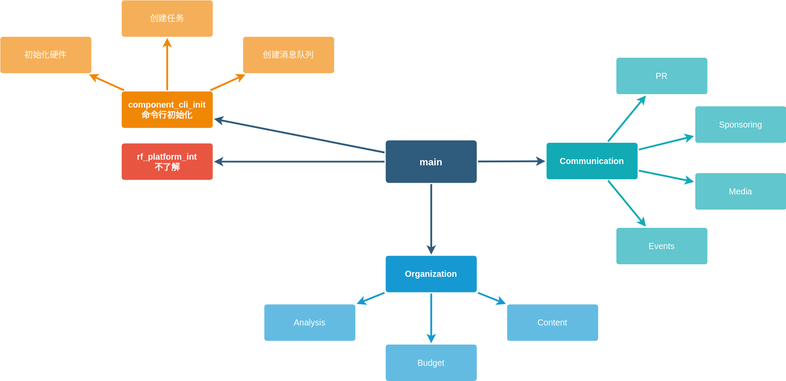
Before: 未命名绘图.drawio.svg, a diagram exported from draw.io (sharkisyou/sharkisyou). Source tidied: cells renumbered, new cells last; positions are measured from the earlier drawing's top-left corner, leaving out a move shared by most shapes.
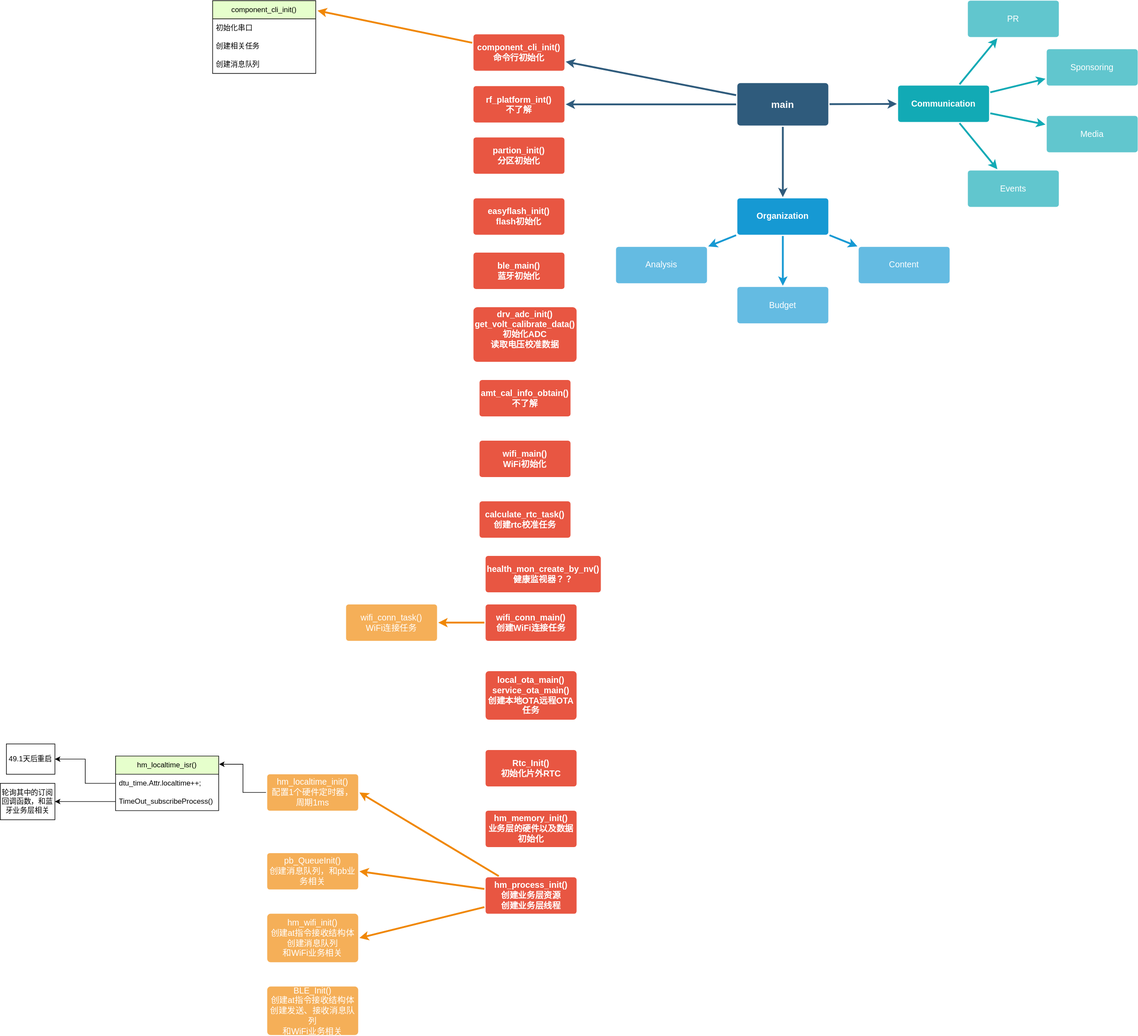
The same diagram one commit later.

Commit message:
更新未命名绘图.drawio.svg

What changed in the source:
```diff
@@ -17,7 +17,7 @@
     <mxCell id="6" value="main" style="rounded=1;whiteSpace=wrap;html=1;shadow=0;labelBackgroundColor=none;strokeColor=none;strokeWidth=3;fillColor=#2F5B7C;fontFamily=Helvetica;fontSize=16;fontColor=#FFFFFF;align=center;fontStyle=1;spacing=5;arcSize=7;perimeterSpacing=2;" parent="1" vertex="1">
       <mxGeometry x="635" y="230.5" width="150" height="70" as="geometry" />
     </mxCell>
-    <mxCell id="7" value="rf_platform_int&lt;div&gt;不了解&lt;/div&gt;" style="rounded=1;whiteSpace=wrap;html=1;shadow=0;labelBackgroundColor=none;strokeColor=none;strokeWidth=3;fillColor=#e85642;fontFamily=Helvetica;fontSize=14;fontColor=#FFFFFF;align=center;spacing=5;fontStyle=1;arcSize=7;perimeterSpacing=2;" parent="1" vertex="1">
+    <mxCell id="7" value="rf_platform_int()&lt;div&gt;不了解&lt;/div&gt;" style="rounded=1;whiteSpace=wrap;html=1;shadow=0;labelBackgroundColor=none;strokeColor=none;strokeWidth=3;fillColor=#E85642;fontFamily=Helvetica;fontSize=14;fontColor=#FFFFFF;align=center;spacing=5;fontStyle=1;arcSize=7;perimeterSpacing=2;" parent="1" vertex="1">
       <mxGeometry x="200" y="235.5" width="150" height="60" as="geometry" />
     </mxCell>
     <mxCell id="8" style="edgeStyle=none;rounded=0;jumpStyle=none;html=1;shadow=0;labelBackgroundColor=none;startArrow=none;startFill=0;endArrow=classic;endFill=1;jettySize=auto;strokeColor=#1699D3;strokeWidth=3;fontFamily=Helvetica;fontSize=14;fontColor=#FFFFFF;spacing=5;" parent="1" edge="1" source="11" target="14">
@@ -41,25 +41,10 @@
     <mxCell id="14" value="Analysis" style="rounded=1;whiteSpace=wrap;html=1;shadow=0;labelBackgroundColor=none;strokeColor=none;strokeWidth=3;fillColor=#64bbe2;fontFamily=Helvetica;fontSize=14;fontColor=#FFFFFF;align=center;spacing=5;arcSize=7;perimeterSpacing=2;" parent="1" vertex="1">
       <mxGeometry x="435" y="500.5" width="150" height="60" as="geometry" />
     </mxCell>
-    <mxCell id="15" value="component_cli_init&lt;div&gt;命令行初始化&lt;/div&gt;" style="rounded=1;whiteSpace=wrap;html=1;shadow=0;labelBackgroundColor=none;strokeColor=none;strokeWidth=3;fillColor=#F08705;fontFamily=Helvetica;fontSize=14;fontColor=#FFFFFF;align=center;spacing=5;fontStyle=1;arcSize=7;perimeterSpacing=2;" parent="1" vertex="1">
+    <mxCell id="15" value="component_cli_init()&lt;div&gt;命令行初始化&lt;/div&gt;" style="rounded=1;whiteSpace=wrap;html=1;shadow=0;labelBackgroundColor=none;strokeColor=none;strokeWidth=3;fillColor=#E85642;fontFamily=Helvetica;fontSize=14;fontColor=#FFFFFF;align=center;spacing=5;fontStyle=1;arcSize=7;perimeterSpacing=2;" parent="1" vertex="1">
       <mxGeometry x="200" y="150" width="150" height="60" as="geometry" />
     </mxCell>
-    <mxCell id="16" value="创建消息队列" style="rounded=1;whiteSpace=wrap;html=1;shadow=0;labelBackgroundColor=none;strokeColor=none;strokeWidth=3;fillColor=#f5af58;fontFamily=Helvetica;fontSize=14;fontColor=#FFFFFF;align=center;spacing=5;arcSize=7;perimeterSpacing=2;" parent="1" vertex="1">
-      <mxGeometry x="400" y="60" width="150" height="60" as="geometry" />
-    </mxCell>
-    <mxCell id="17" style="edgeStyle=none;rounded=0;jumpStyle=none;html=1;shadow=0;labelBackgroundColor=none;startArrow=none;startFill=0;endArrow=classic;endFill=1;jettySize=auto;strokeColor=#F08705;strokeWidth=3;fontFamily=Helvetica;fontSize=14;fontColor=#FFFFFF;spacing=5;" parent="1" edge="1" source="15" target="16">
-      <mxGeometry relative="1" as="geometry" />
-    </mxCell>
-    <mxCell id="18" value="创建任务" style="rounded=1;whiteSpace=wrap;html=1;shadow=0;labelBackgroundColor=none;strokeColor=none;strokeWidth=3;fillColor=#f5af58;fontFamily=Helvetica;fontSize=14;fontColor=#FFFFFF;align=center;spacing=5;arcSize=7;perimeterSpacing=2;" parent="1" vertex="1">
-      <mxGeometry x="200" width="150" height="60" as="geometry" />
-    </mxCell>
-    <mxCell id="19" style="edgeStyle=none;rounded=0;jumpStyle=none;html=1;shadow=0;labelBackgroundColor=none;startArrow=none;startFill=0;endArrow=classic;endFill=1;jettySize=auto;strokeColor=#F08705;strokeWidth=3;fontFamily=Helvetica;fontSize=14;fontColor=#FFFFFF;spacing=5;" parent="1" edge="1" source="15" target="18">
-      <mxGeometry relative="1" as="geometry" />
-    </mxCell>
-    <mxCell id="20" value="初始化硬件" style="rounded=1;whiteSpace=wrap;html=1;shadow=0;labelBackgroundColor=none;strokeColor=none;strokeWidth=3;fillColor=#f5af58;fontFamily=Helvetica;fontSize=14;fontColor=#FFFFFF;align=center;spacing=5;arcSize=7;perimeterSpacing=2;" parent="1" vertex="1">
-      <mxGeometry y="60" width="150" height="60" as="geometry" />
-    </mxCell>
-    <mxCell id="21" style="edgeStyle=none;rounded=0;jumpStyle=none;html=1;shadow=0;labelBackgroundColor=none;startArrow=none;startFill=0;endArrow=classic;endFill=1;jettySize=auto;strokeColor=#F08705;strokeWidth=3;fontFamily=Helvetica;fontSize=14;fontColor=#FFFFFF;spacing=5;" parent="1" edge="1" source="15" target="20">
+    <mxCell id="21" style="edgeStyle=none;rounded=0;jumpStyle=none;html=1;shadow=0;labelBackgroundColor=none;startArrow=none;startFill=0;endArrow=classic;endFill=1;jettySize=auto;strokeColor=#F08705;strokeWidth=3;fontFamily=Helvetica;fontSize=14;fontColor=#FFFFFF;spacing=5;entryX=1.017;entryY=0.137;entryDx=0;entryDy=0;entryPerimeter=0;" parent="1" edge="1" source="15" target="58">
       <mxGeometry relative="1" as="geometry" />
     </mxCell>
     <mxCell id="22" value="Communication" style="rounded=1;whiteSpace=wrap;html=1;shadow=0;labelBackgroundColor=none;strokeColor=none;strokeWidth=3;fillColor=#12aab5;fontFamily=Helvetica;fontSize=14;fontColor=#FFFFFF;align=center;spacing=5;fontStyle=1;arcSize=7;perimeterSpacing=2;" parent="1" vertex="1">
@@ -89,5 +74,107 @@
     <mxCell id="30" style="edgeStyle=none;rounded=1;jumpStyle=none;html=1;shadow=0;labelBackgroundColor=none;startArrow=none;startFill=0;jettySize=auto;strokeColor=#12AAB5;strokeWidth=3;fontFamily=Helvetica;fontSize=14;fontColor=#FFFFFF;spacing=5;fontStyle=1;fillColor=#b0e3e6;" parent="1" edge="1" source="22" target="29">
       <mxGeometry relative="1" as="geometry" />
     </mxCell>
+    <mxCell id="31" value="partion_init()&lt;div&gt;分区初始化&lt;/div&gt;" style="rounded=1;whiteSpace=wrap;html=1;shadow=0;labelBackgroundColor=none;strokeColor=none;strokeWidth=3;fillColor=#E85642;fontFamily=Helvetica;fontSize=14;fontColor=#FFFFFF;align=center;spacing=5;fontStyle=1;arcSize=7;perimeterSpacing=2;" parent="1" vertex="1">
+      <mxGeometry x="200" y="320" width="150" height="60" as="geometry" />
+    </mxCell>
+    <mxCell id="32" value="easyflash_init()&lt;div&gt;flash初始化&lt;/div&gt;" style="rounded=1;whiteSpace=wrap;html=1;shadow=0;labelBackgroundColor=none;strokeColor=none;strokeWidth=3;fillColor=#E85642;fontFamily=Helvetica;fontSize=14;fontColor=#FFFFFF;align=center;spacing=5;fontStyle=1;arcSize=7;perimeterSpacing=2;" parent="1" vertex="1">
+      <mxGeometry x="200" y="420.5" width="150" height="60" as="geometry" />
+    </mxCell>
+    <mxCell id="33" value="ble_main()&lt;div&gt;蓝牙初始化&lt;/div&gt;" style="rounded=1;whiteSpace=wrap;html=1;shadow=0;labelBackgroundColor=none;strokeColor=none;strokeWidth=3;fillColor=#e85642;fontFamily=Helvetica;fontSize=14;fontColor=#FFFFFF;align=center;spacing=5;fontStyle=1;arcSize=7;perimeterSpacing=2;" parent="1" vertex="1">
+      <mxGeometry x="200" y="510" width="150" height="60" as="geometry" />
+    </mxCell>
+    <mxCell id="34" value="drv_adc_init()&lt;div&gt;get_volt_calibrate_data()&lt;br&gt;&lt;/div&gt;&lt;div&gt;初始化ADC&lt;/div&gt;&lt;div&gt;读取电压校准数据&lt;br&gt;&lt;/div&gt;&lt;div&gt;&lt;br&gt;&lt;/div&gt;" style="rounded=1;whiteSpace=wrap;html=1;shadow=0;labelBackgroundColor=none;strokeColor=none;strokeWidth=3;fillColor=#e85642;fontFamily=Helvetica;fontSize=14;fontColor=#FFFFFF;align=center;spacing=5;fontStyle=1;arcSize=7;perimeterSpacing=2;" parent="1" vertex="1">
+      <mxGeometry x="200" y="600" width="170" height="90" as="geometry" />
+    </mxCell>
+    <mxCell id="35" value="amt_cal_info_obtain()&lt;div&gt;不了解&lt;/div&gt;" style="rounded=1;whiteSpace=wrap;html=1;shadow=0;labelBackgroundColor=none;strokeColor=none;strokeWidth=3;fillColor=#e85642;fontFamily=Helvetica;fontSize=14;fontColor=#FFFFFF;align=center;spacing=5;fontStyle=1;arcSize=7;perimeterSpacing=2;" parent="1" vertex="1">
+      <mxGeometry x="210" y="720" width="150" height="60" as="geometry" />
+    </mxCell>
+    <mxCell id="36" value="wifi_main()&lt;div&gt;WiFi初始化&lt;/div&gt;" style="rounded=1;whiteSpace=wrap;html=1;shadow=0;labelBackgroundColor=none;strokeColor=none;strokeWidth=3;fillColor=#e85642;fontFamily=Helvetica;fontSize=14;fontColor=#FFFFFF;align=center;spacing=5;fontStyle=1;arcSize=7;perimeterSpacing=2;" parent="1" vertex="1">
+      <mxGeometry x="210" y="820" width="150" height="60" as="geometry" />
+    </mxCell>
+    <mxCell id="37" value="calculate_rtc_task()&lt;div&gt;创建rtc校准任务&lt;/div&gt;" style="rounded=1;whiteSpace=wrap;html=1;shadow=0;labelBackgroundColor=none;strokeColor=none;strokeWidth=3;fillColor=#e85642;fontFamily=Helvetica;fontSize=14;fontColor=#FFFFFF;align=center;spacing=5;fontStyle=1;arcSize=7;perimeterSpacing=2;" parent="1" vertex="1">
+      <mxGeometry x="210" y="920" width="150" height="60" as="geometry" />
+    </mxCell>
+    <mxCell id="38" value="health_mon_create_by_nv()&lt;div&gt;健康监视器？？&lt;/div&gt;" style="rounded=1;whiteSpace=wrap;html=1;shadow=0;labelBackgroundColor=none;strokeColor=none;strokeWidth=3;fillColor=#e85642;fontFamily=Helvetica;fontSize=14;fontColor=#FFFFFF;align=center;spacing=5;fontStyle=1;arcSize=7;perimeterSpacing=2;" parent="1" vertex="1">
+      <mxGeometry x="220" y="1010" width="190" height="60" as="geometry" />
+    </mxCell>
+    <mxCell id="39" style="edgeStyle=none;shape=connector;rounded=0;jumpStyle=none;jettySize=auto;html=1;entryX=1;entryY=0.5;entryDx=0;entryDy=0;shadow=0;strokeColor=#F08705;strokeWidth=3;align=center;verticalAlign=middle;spacing=5;fontFamily=Helvetica;fontSize=14;fontColor=#FFFFFF;labelBackgroundColor=none;startArrow=none;startFill=0;endArrow=classic;endFill=1;" parent="1" edge="1" source="40" target="41">
+      <mxGeometry relative="1" as="geometry" />
+    </mxCell>
+    <mxCell id="40" value="wifi_conn_main()&lt;div&gt;创建WiFi连接任务&lt;/div&gt;" style="rounded=1;whiteSpace=wrap;html=1;shadow=0;labelBackgroundColor=none;strokeColor=none;strokeWidth=3;fillColor=#e85642;fontFamily=Helvetica;fontSize=14;fontColor=#FFFFFF;align=center;spacing=5;fontStyle=1;arcSize=7;perimeterSpacing=2;" parent="1" vertex="1">
+      <mxGeometry x="220" y="1090" width="150" height="60" as="geometry" />
+    </mxCell>
+    <mxCell id="41" value="wifi_conn_task()&lt;div&gt;WiFi连接任务&lt;/div&gt;" style="rounded=1;whiteSpace=wrap;html=1;shadow=0;labelBackgroundColor=none;strokeColor=none;strokeWidth=3;fillColor=#f5af58;fontFamily=Helvetica;fontSize=14;fontColor=#FFFFFF;align=center;spacing=5;arcSize=7;perimeterSpacing=2;" parent="1" vertex="1">
+      <mxGeometry x="-10" y="1090" width="150" height="60" as="geometry" />
+    </mxCell>
+    <mxCell id="42" value="local_ota_main()&lt;div&gt;service_ota_main()&lt;br&gt;&lt;/div&gt;&lt;div&gt;创建本地OTA远程OTA任务&lt;/div&gt;" style="rounded=1;whiteSpace=wrap;html=1;shadow=0;labelBackgroundColor=none;strokeColor=none;strokeWidth=3;fillColor=#e85642;fontFamily=Helvetica;fontSize=14;fontColor=#FFFFFF;align=center;spacing=5;fontStyle=1;arcSize=7;perimeterSpacing=2;" parent="1" vertex="1">
+      <mxGeometry x="220" y="1200" width="150" height="80" as="geometry" />
+    </mxCell>
+    <mxCell id="43" value="Rtc_Init()&lt;div&gt;初始化片外RTC&lt;/div&gt;" style="rounded=1;whiteSpace=wrap;html=1;shadow=0;labelBackgroundColor=none;strokeColor=none;strokeWidth=3;fillColor=#e85642;fontFamily=Helvetica;fontSize=14;fontColor=#FFFFFF;align=center;spacing=5;fontStyle=1;arcSize=7;perimeterSpacing=2;" parent="1" vertex="1">
+      <mxGeometry x="220" y="1330" width="150" height="60" as="geometry" />
+    </mxCell>
+    <mxCell id="44" value="hm_memory_init()&lt;div&gt;业务层的硬件以及数据初始化&lt;/div&gt;" style="rounded=1;whiteSpace=wrap;html=1;shadow=0;labelBackgroundColor=none;strokeColor=none;strokeWidth=3;fillColor=#e85642;fontFamily=Helvetica;fontSize=14;fontColor=#FFFFFF;align=center;spacing=5;fontStyle=1;arcSize=7;perimeterSpacing=2;" parent="1" vertex="1">
+      <mxGeometry x="220" y="1430" width="150" height="60" as="geometry" />
+    </mxCell>
+    <mxCell id="45" style="edgeStyle=none;shape=connector;rounded=0;jumpStyle=none;jettySize=auto;html=1;entryX=1;entryY=0.5;entryDx=0;entryDy=0;shadow=0;strokeColor=#F08705;strokeWidth=3;align=center;verticalAlign=middle;spacing=5;fontFamily=Helvetica;fontSize=14;fontColor=#FFFFFF;labelBackgroundColor=none;startArrow=none;startFill=0;endArrow=classic;endFill=1;" parent="1" edge="1" source="48" target="50">
+      <mxGeometry relative="1" as="geometry" />
+    </mxCell>
+    <mxCell id="46" style="edgeStyle=none;shape=connector;rounded=0;jumpStyle=none;jettySize=auto;html=1;entryX=1;entryY=0.5;entryDx=0;entryDy=0;shadow=0;strokeColor=#F08705;strokeWidth=3;align=center;verticalAlign=middle;spacing=5;fontFamily=Helvetica;fontSize=14;fontColor=#FFFFFF;labelBackgroundColor=none;startArrow=none;startFill=0;endArrow=classic;endFill=1;" parent="1" edge="1" source="48" target="61">
+      <mxGeometry relative="1" as="geometry" />
+    </mxCell>
+    <mxCell id="47" style="edgeStyle=none;shape=connector;rounded=0;jumpStyle=none;jettySize=auto;html=1;entryX=1;entryY=0.5;entryDx=0;entryDy=0;shadow=0;strokeColor=#F08705;strokeWidth=3;align=center;verticalAlign=middle;spacing=5;fontFamily=Helvetica;fontSize=14;fontColor=#FFFFFF;labelBackgroundColor=none;startArrow=none;startFill=0;endArrow=classic;endFill=1;" parent="1" edge="1" source="48" target="62">
+      <mxGeometry relative="1" as="geometry" />
+    </mxCell>
+    <mxCell id="48" value="hm_process_init()&lt;div&gt;创建业务层资源&lt;br&gt;&lt;div&gt;创建业务层线程&lt;/div&gt;&lt;/div&gt;" style="rounded=1;whiteSpace=wrap;html=1;shadow=0;labelBackgroundColor=none;strokeColor=none;strokeWidth=3;fillColor=#e85642;fontFamily=Helvetica;fontSize=14;fontColor=#FFFFFF;align=center;spacing=5;fontStyle=1;arcSize=7;perimeterSpacing=2;" parent="1" vertex="1">
+      <mxGeometry x="220" y="1540" width="150" height="60" as="geometry" />
+    </mxCell>
+    <mxCell id="49" style="edgeStyle=orthogonalEdgeStyle;rounded=0;jettySize=auto;html=1;entryX=1.004;entryY=0.15;entryDx=0;entryDy=0;entryPerimeter=0;" parent="1" edge="1" source="50" target="51">
+      <mxGeometry relative="1" as="geometry" />
+    </mxCell>
+    <mxCell id="50" value="hm_localtime_init()&lt;div&gt;配置1个硬件定时器，周期1ms&lt;/div&gt;" style="rounded=1;whiteSpace=wrap;html=1;shadow=0;labelBackgroundColor=none;strokeColor=none;strokeWidth=3;fillColor=#f5af58;fontFamily=Helvetica;fontSize=14;fontColor=#FFFFFF;align=center;spacing=5;arcSize=7;perimeterSpacing=2;" parent="1" vertex="1">
+      <mxGeometry x="-140" y="1370" width="150" height="60" as="geometry" />
+    </mxCell>
+    <mxCell id="51" value="hm_localtime_isr()" style="swimlane;fontStyle=0;horizontal=1;startSize=30;whiteSpace=wrap;html=1;fillColor=#E6FFCC;" parent="1" vertex="1">
+      <mxGeometry x="-390" y="1340" width="170" height="90" as="geometry" />
+    </mxCell>
+    <mxCell id="52" value="dtu_time.Attr.localtime++;" style="text;strokeColor=none;fillColor=none;align=left;verticalAlign=middle;spacingLeft=4;spacingRight=4;overflow=hidden;points=[[0,0.5],[1,0.5]];portConstraint=eastwest;whiteSpace=wrap;html=1;" parent="51" vertex="1">
+      <mxGeometry y="30" width="170" height="30" as="geometry" />
+    </mxCell>
+    <mxCell id="53" value="TimeOut_subscribeProcess()" style="text;strokeColor=none;fillColor=none;align=left;verticalAlign=middle;spacingLeft=4;spacingRight=4;overflow=hidden;points=[[0,0.5],[1,0.5]];portConstraint=eastwest;whiteSpace=wrap;html=1;" parent="51" vertex="1">
+      <mxGeometry y="60" width="170" height="30" as="geometry" />
+    </mxCell>
+    <mxCell id="54" value="49.1天后重启" style="shape=label;whiteSpace=wrap;html=1;backgroundOutline=1;darkOpacity=0.05;rounded=0;" parent="1" vertex="1">
+      <mxGeometry x="-570" y="1320" width="80" height="50" as="geometry" />
+    </mxCell>
+    <mxCell id="55" style="edgeStyle=orthogonalEdgeStyle;rounded=0;jettySize=auto;html=1;entryX=1;entryY=0.5;entryDx=0;entryDy=0;" parent="1" edge="1" source="52" target="54">
+      <mxGeometry relative="1" as="geometry" />
+    </mxCell>
+    <mxCell id="56" value="轮询其中的订阅回调函数，和蓝牙业务层相关" style="shape=label;whiteSpace=wrap;html=1;backgroundOutline=1;darkOpacity=0.05;rounded=0;" parent="1" vertex="1">
+      <mxGeometry x="-580" y="1385" width="90" height="60" as="geometry" />
+    </mxCell>
+    <mxCell id="57" style="edgeStyle=orthogonalEdgeStyle;rounded=0;jettySize=auto;html=1;entryX=1;entryY=0.5;entryDx=0;entryDy=0;" parent="1" edge="1" source="53" target="56">
+      <mxGeometry relative="1" as="geometry" />
+    </mxCell>
+    <mxCell id="58" value="component_cli_init()" style="swimlane;fontStyle=0;horizontal=1;startSize=30;whiteSpace=wrap;html=1;fillColor=#E6FFCC;" parent="1" vertex="1">
+      <mxGeometry x="-230" y="94.5" width="170" height="120" as="geometry" />
+    </mxCell>
+    <mxCell id="59" value="初始化串口" style="text;strokeColor=none;fillColor=none;align=left;verticalAlign=middle;spacingLeft=4;spacingRight=4;overflow=hidden;whiteSpace=wrap;html=1;" parent="58" vertex="1">
+      <mxGeometry y="30" width="170" height="30" as="geometry" />
+    </mxCell>
+    <mxCell id="60" value="创建相关任务" style="text;strokeColor=none;fillColor=none;align=left;verticalAlign=middle;spacingLeft=4;spacingRight=4;overflow=hidden;whiteSpace=wrap;html=1;" parent="58" vertex="1">
+      <mxGeometry y="60" width="170" height="30" as="geometry" />
+    </mxCell>
+    <mxCell id="16" value="创建消息队列" style="text;strokeColor=none;fillColor=none;align=left;verticalAlign=middle;spacingLeft=4;spacingRight=4;overflow=hidden;points=[[0,0.5],[1,0.5]];portConstraint=eastwest;whiteSpace=wrap;html=1;" parent="58" vertex="1">
+      <mxGeometry y="90" width="170" height="30" as="geometry" />
+    </mxCell>
+    <mxCell id="61" value="pb_QueueInit()&lt;div&gt;创建消息队列，和pb业务相关&lt;/div&gt;" style="rounded=1;whiteSpace=wrap;html=1;shadow=0;labelBackgroundColor=none;strokeColor=none;strokeWidth=3;fillColor=#f5af58;fontFamily=Helvetica;fontSize=14;fontColor=#FFFFFF;align=center;spacing=5;arcSize=7;perimeterSpacing=2;" parent="1" vertex="1">
+      <mxGeometry x="-140" y="1500" width="150" height="60" as="geometry" />
+    </mxCell>
+    <mxCell id="62" value="hm_wifi_init()&lt;div&gt;创建at指令接收结构体&lt;/div&gt;&lt;div&gt;创建消息队列&lt;/div&gt;&lt;div&gt;和WiFi业务相关&lt;/div&gt;" style="rounded=1;whiteSpace=wrap;html=1;shadow=0;labelBackgroundColor=none;strokeColor=none;strokeWidth=3;fillColor=#f5af58;fontFamily=Helvetica;fontSize=14;fontColor=#FFFFFF;align=center;spacing=5;arcSize=7;perimeterSpacing=2;" parent="1" vertex="1">
+      <mxGeometry x="-140" y="1600" width="150" height="80" as="geometry" />
+    </mxCell>
+    <mxCell id="63" value="BLE_Init()&lt;div&gt;创建at指令接收结构体&lt;/div&gt;&lt;div&gt;创建发送、接收消息队列&lt;/div&gt;&lt;div&gt;和WiFi业务相关&lt;/div&gt;" style="rounded=1;whiteSpace=wrap;html=1;shadow=0;labelBackgroundColor=none;strokeColor=none;strokeWidth=3;fillColor=#f5af58;fontFamily=Helvetica;fontSize=14;fontColor=#FFFFFF;align=center;spacing=5;arcSize=7;perimeterSpacing=2;" parent="1" vertex="1">
+      <mxGeometry x="-140" y="1720" width="150" height="80" as="geometry" />
+    </mxCell>
   </root>
 </mxGraphModel>
```
